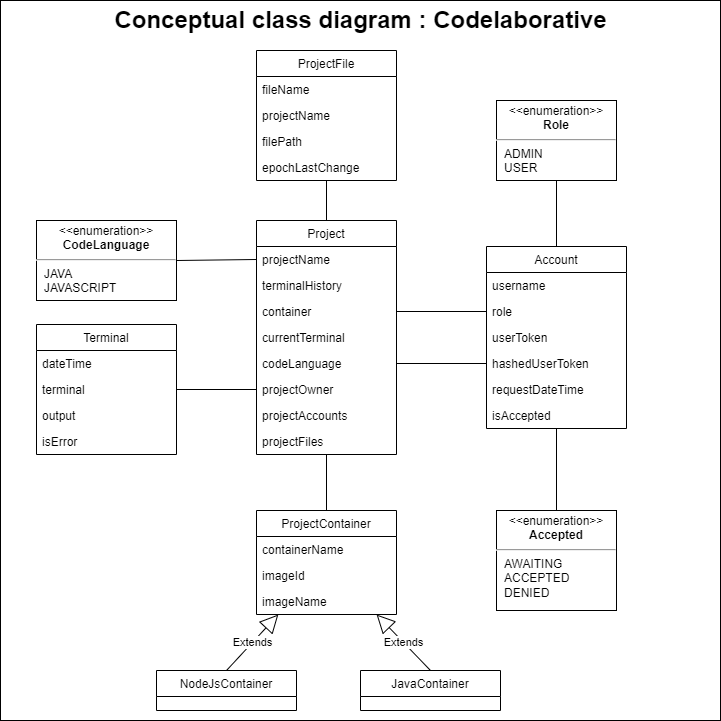
This is doc/model/Class_diagram/Conceptual class diagram _ Codelaborative.drawio.png from webbasedcode/documentation, a draw.io export, as it was before one commit. Source tidied: cells renumbered, new cells last; positions are measured from the earlier drawing's top-left corner, leaving out a move shared by most shapes.
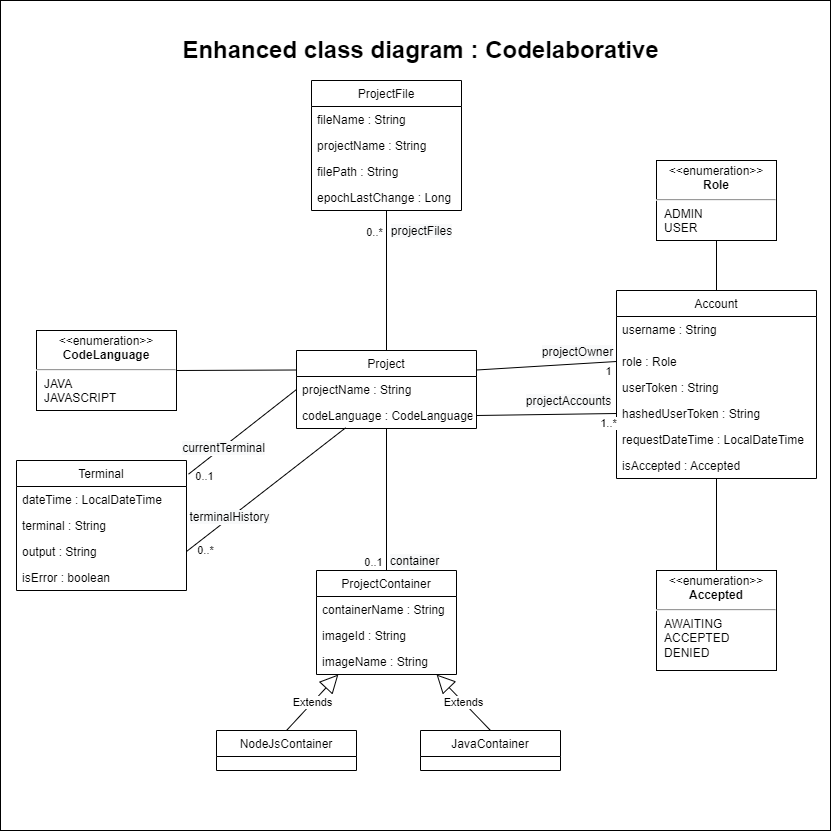
After the commit.

Change to the diagram source:
```diff
@@ -3,74 +3,76 @@
     <mxCell id="0" />
     <mxCell id="1" parent="0" />
     <mxCell id="2" style="whiteSpace=wrap;html=1;" parent="1" vertex="1">
-      <mxGeometry width="720" height="720" as="geometry" />
+      <mxGeometry x="-60" y="-60" width="830" height="830" as="geometry" />
     </mxCell>
     <mxCell id="3" value="Project" style="swimlane;fontStyle=0;horizontal=1;startSize=26;fillColor=none;" parent="1" vertex="1">
-      <mxGeometry x="256" y="220" width="140" height="234" as="geometry" />
+      <mxGeometry x="236" y="290" width="180" height="78" as="geometry" />
     </mxCell>
-    <mxCell id="4" value="projectName" style="text;strokeColor=none;fillColor=none;align=left;verticalAlign=top;spacingLeft=4;spacingRight=4;overflow=hidden;points=[[0,0.5],[1,0.5]];portConstraint=eastwest;" parent="3" vertex="1">
-      <mxGeometry y="26" width="140" height="26" as="geometry" />
+    <mxCell id="4" value="projectName : String" style="text;strokeColor=none;fillColor=none;align=left;verticalAlign=top;spacingLeft=4;spacingRight=4;overflow=hidden;points=[[0,0.5],[1,0.5]];portConstraint=eastwest;" parent="3" vertex="1">
+      <mxGeometry y="26" width="180" height="26" as="geometry" />
     </mxCell>
-    <mxCell id="5" value="terminalHistory" style="text;strokeColor=none;fillColor=none;align=left;verticalAlign=top;spacingLeft=4;spacingRight=4;overflow=hidden;" parent="3" vertex="1">
-      <mxGeometry y="52" width="140" height="26" as="geometry" />
-    </mxCell>
-    <mxCell id="6" value="container" style="text;strokeColor=none;fillColor=none;align=left;verticalAlign=top;spacingLeft=4;spacingRight=4;overflow=hidden;points=[[0,0.5],[1,0.5]];portConstraint=eastwest;" parent="3" vertex="1">
-      <mxGeometry y="78" width="140" height="26" as="geometry" />
-    </mxCell>
-    <mxCell id="7" value="currentTerminal" style="text;strokeColor=none;fillColor=none;align=left;verticalAlign=top;spacingLeft=4;spacingRight=4;overflow=hidden;" parent="3" vertex="1">
-      <mxGeometry y="104" width="140" height="26" as="geometry" />
-    </mxCell>
-    <mxCell id="8" value="codeLanguage" style="text;strokeColor=none;fillColor=none;align=left;verticalAlign=top;spacingLeft=4;spacingRight=4;overflow=hidden;points=[[0,0.5],[1,0.5]];portConstraint=eastwest;" parent="3" vertex="1">
-      <mxGeometry y="130" width="140" height="26" as="geometry" />
+    <mxCell id="8" value="codeLanguage : CodeLanguage" style="text;strokeColor=none;fillColor=none;align=left;verticalAlign=top;spacingLeft=4;spacingRight=4;overflow=hidden;points=[[0,0.5],[1,0.5]];portConstraint=eastwest;" parent="3" vertex="1">
+      <mxGeometry y="52" width="180" height="26" as="geometry" />
     </mxCell>
-    <mxCell id="9" value="projectOwner" style="text;strokeColor=none;fillColor=none;align=left;verticalAlign=top;spacingLeft=4;spacingRight=4;overflow=hidden;points=[[0,0.5],[1,0.5]];portConstraint=eastwest;" parent="3" vertex="1">
-      <mxGeometry y="156" width="140" height="26" as="geometry" />
-    </mxCell>
-    <mxCell id="10" value="projectAccounts" style="text;strokeColor=none;fillColor=none;align=left;verticalAlign=top;spacingLeft=4;spacingRight=4;overflow=hidden;" parent="3" vertex="1">
-      <mxGeometry y="182" width="140" height="26" as="geometry" />
-    </mxCell>
-    <mxCell id="11" value="projectFiles" style="text;strokeColor=none;fillColor=none;align=left;verticalAlign=top;spacingLeft=4;spacingRight=4;overflow=hidden;" parent="3" vertex="1">
-      <mxGeometry y="208" width="140" height="26" as="geometry" />
-    </mxCell>
     <mxCell id="12" value="&lt;p style=&quot;margin:0px;margin-top:4px;text-align:center;&quot;&gt;&amp;lt;&amp;lt;enumeration&amp;gt;&amp;gt;&lt;br&gt;&lt;b&gt;CodeLanguage&lt;/b&gt;&lt;/p&gt;&lt;hr&gt;&lt;p style=&quot;margin:0px;margin-left:8px;text-align:left;&quot;&gt;JAVA&lt;br&gt;JAVASCRIPT&lt;br&gt;&lt;br&gt;&lt;/p&gt;" style="shape=rect;html=1;overflow=fill;whiteSpace=wrap;" parent="1" vertex="1">
-      <mxGeometry x="36" y="220" width="140" height="80" as="geometry" />
+      <mxGeometry x="-24" y="270" width="140" height="80" as="geometry" />
     </mxCell>
     <mxCell id="13" value="Terminal" style="swimlane;fontStyle=0;horizontal=1;startSize=26;fillColor=none;" parent="1" vertex="1">
-      <mxGeometry x="36" y="324" width="140" height="130" as="geometry" />
+      <mxGeometry x="-44" y="400" width="170" height="130" as="geometry" />
     </mxCell>
-    <mxCell id="14" value="dateTime" style="text;strokeColor=none;fillColor=none;align=left;verticalAlign=top;spacingLeft=4;spacingRight=4;overflow=hidden;" parent="13" vertex="1">
-      <mxGeometry y="26" width="140" height="26" as="geometry" />
+    <mxCell id="14" value="dateTime : LocalDateTime&#10;" style="text;strokeColor=none;fillColor=none;align=left;verticalAlign=top;spacingLeft=4;spacingRight=4;overflow=hidden;" parent="13" vertex="1">
+      <mxGeometry y="26" width="170" height="26" as="geometry" />
     </mxCell>
-    <mxCell id="15" value="terminal" style="text;strokeColor=none;fillColor=none;align=left;verticalAlign=top;spacingLeft=4;spacingRight=4;overflow=hidden;points=[[0,0.5],[1,0.5]];portConstraint=eastwest;" parent="13" vertex="1">
-      <mxGeometry y="52" width="140" height="26" as="geometry" />
+    <mxCell id="15" value="terminal : String" style="text;strokeColor=none;fillColor=none;align=left;verticalAlign=top;spacingLeft=4;spacingRight=4;overflow=hidden;points=[[0,0.5],[1,0.5]];portConstraint=eastwest;" parent="13" vertex="1">
+      <mxGeometry y="52" width="170" height="26" as="geometry" />
     </mxCell>
-    <mxCell id="16" value="output" style="text;strokeColor=none;fillColor=none;align=left;verticalAlign=top;spacingLeft=4;spacingRight=4;overflow=hidden;points=[[0,0.5],[1,0.5]];portConstraint=eastwest;" parent="13" vertex="1">
-      <mxGeometry y="78" width="140" height="26" as="geometry" />
+    <mxCell id="16" value="output : String" style="text;strokeColor=none;fillColor=none;align=left;verticalAlign=top;spacingLeft=4;spacingRight=4;overflow=hidden;points=[[0,0.5],[1,0.5]];portConstraint=eastwest;" parent="13" vertex="1">
+      <mxGeometry y="78" width="170" height="26" as="geometry" />
     </mxCell>
-    <mxCell id="17" value="isError" style="text;strokeColor=none;fillColor=none;align=left;verticalAlign=top;spacingLeft=4;spacingRight=4;overflow=hidden;" parent="13" vertex="1">
-      <mxGeometry y="104" width="140" height="26" as="geometry" />
+    <mxCell id="17" value="isError : boolean&#10;" style="text;strokeColor=none;fillColor=none;align=left;verticalAlign=top;spacingLeft=4;spacingRight=4;overflow=hidden;" parent="13" vertex="1">
+      <mxGeometry y="104" width="170" height="26" as="geometry" />
     </mxCell>
-    <mxCell id="18" style="endArrow=none;html=1;rounded=0;entryX=1;entryY=0.5;entryDx=0;entryDy=0;exitX=0;exitY=0.5;exitDx=0;exitDy=0;" parent="1" edge="1" source="4" target="12">
+    <mxCell id="18" style="endArrow=none;html=1;rounded=0;entryX=1;entryY=0.5;entryDx=0;entryDy=0;exitX=0;exitY=0.25;exitDx=0;exitDy=0;" parent="1" edge="1" source="3" target="12">
       <mxGeometry relative="1" as="geometry" />
     </mxCell>
-    <mxCell id="19" style="endArrow=none;html=1;rounded=0;entryX=0;entryY=0.5;entryDx=0;entryDy=0;exitX=1;exitY=0.5;exitDx=0;exitDy=0;" parent="1" edge="1" source="15" target="9">
+    <mxCell id="19" style="endArrow=none;html=1;rounded=0;entryX=0.273;entryY=0.973;entryDx=0;entryDy=0;exitX=1;exitY=0.5;exitDx=0;exitDy=0;fontStyle=1;entryPerimeter=0;" parent="1" edge="1" source="16" target="8">
       <mxGeometry relative="1" as="geometry" />
     </mxCell>
+    <mxCell id="5" value="&lt;span style=&quot;font-size: 12px; text-align: left; background-color: rgb(248, 249, 250);&quot;&gt;terminalHistory&lt;/span&gt;" style="edgeLabel;html=1;align=center;verticalAlign=middle;" parent="19" vertex="1">
+      <mxGeometry x="-0.7" y="4" relative="1" as="geometry">
+        <mxPoint x="20" y="-12" as="offset" />
+      </mxGeometry>
+    </mxCell>
+    <mxCell id="49" value="0..*" style="edgeLabel;html=1;align=center;verticalAlign=middle;" parent="19" vertex="1">
+      <mxGeometry x="-0.75" y="2" relative="1" as="geometry">
+        <mxPoint y="15" as="offset" />
+      </mxGeometry>
+    </mxCell>
     <mxCell id="20" value="ProjectContainer" style="swimlane;fontStyle=0;horizontal=1;startSize=26;fillColor=none;" parent="1" vertex="1">
       <mxGeometry x="256" y="510" width="140" height="104" as="geometry" />
     </mxCell>
-    <mxCell id="21" value="containerName" style="text;strokeColor=none;fillColor=none;align=left;verticalAlign=top;spacingLeft=4;spacingRight=4;overflow=hidden;" parent="20" vertex="1">
+    <mxCell id="21" value="containerName : String" style="text;strokeColor=none;fillColor=none;align=left;verticalAlign=top;spacingLeft=4;spacingRight=4;overflow=hidden;" parent="20" vertex="1">
       <mxGeometry y="26" width="140" height="26" as="geometry" />
     </mxCell>
-    <mxCell id="22" value="imageId" style="text;strokeColor=none;fillColor=none;align=left;verticalAlign=top;spacingLeft=4;spacingRight=4;overflow=hidden;" parent="20" vertex="1">
+    <mxCell id="22" value="imageId : String" style="text;strokeColor=none;fillColor=none;align=left;verticalAlign=top;spacingLeft=4;spacingRight=4;overflow=hidden;" parent="20" vertex="1">
       <mxGeometry y="52" width="140" height="26" as="geometry" />
     </mxCell>
-    <mxCell id="23" value="imageName" style="text;strokeColor=none;fillColor=none;align=left;verticalAlign=top;spacingLeft=4;spacingRight=4;overflow=hidden;" parent="20" vertex="1">
+    <mxCell id="23" value="imageName : String" style="text;strokeColor=none;fillColor=none;align=left;verticalAlign=top;spacingLeft=4;spacingRight=4;overflow=hidden;" parent="20" vertex="1">
       <mxGeometry y="78" width="140" height="26" as="geometry" />
     </mxCell>
     <mxCell id="24" style="endArrow=none;html=1;rounded=0;entryX=0.5;entryY=0;entryDx=0;entryDy=0;" parent="1" edge="1" source="3" target="20">
       <mxGeometry relative="1" as="geometry" />
     </mxCell>
+    <mxCell id="6" value="&lt;span style=&quot;font-size: 12px; text-align: left; background-color: rgb(248, 249, 250);&quot;&gt;container&lt;/span&gt;" style="edgeLabel;html=1;align=center;verticalAlign=middle;points=[];" parent="24" vertex="1">
+      <mxGeometry x="0.71" y="-1" relative="1" as="geometry">
+        <mxPoint x="28" y="10" as="offset" />
+      </mxGeometry>
+    </mxCell>
+    <mxCell id="50" value="0..1" style="edgeLabel;html=1;align=center;verticalAlign=middle;" parent="24" vertex="1">
+      <mxGeometry x="0.53" y="5" relative="1" as="geometry">
+        <mxPoint x="-19" y="24" as="offset" />
+      </mxGeometry>
+    </mxCell>
     <mxCell id="25" value="Extends" style="endArrow=block;endSize=16;endFill=0;html=1;rounded=0;exitX=0.5;exitY=0;exitDx=0;exitDy=0;" parent="1" edge="1" source="26" target="20">
       <mxGeometry relative="1" as="geometry" />
     </mxCell>
@@ -84,64 +86,107 @@
       <mxGeometry relative="1" as="geometry" />
     </mxCell>
     <mxCell id="29" value="Account" style="swimlane;fontStyle=0;horizontal=1;startSize=26;fillColor=none;" parent="1" vertex="1">
-      <mxGeometry x="486" y="246" width="140" height="182" as="geometry" />
+      <mxGeometry x="556" y="230" width="200" height="188" as="geometry" />
     </mxCell>
-    <mxCell id="30" value="username" style="text;strokeColor=none;fillColor=none;align=left;verticalAlign=top;spacingLeft=4;spacingRight=4;overflow=hidden;" parent="29" vertex="1">
-      <mxGeometry y="26" width="140" height="26" as="geometry" />
+    <mxCell id="30" value="username : String" style="text;strokeColor=none;fillColor=none;align=left;verticalAlign=top;spacingLeft=4;spacingRight=4;overflow=hidden;" parent="29" vertex="1">
+      <mxGeometry y="26" width="200" height="32" as="geometry" />
     </mxCell>
-    <mxCell id="31" value="role" style="text;strokeColor=none;fillColor=none;align=left;verticalAlign=top;spacingLeft=4;spacingRight=4;overflow=hidden;points=[[0,0.5],[1,0.5]];portConstraint=eastwest;" parent="29" vertex="1">
-      <mxGeometry y="52" width="140" height="26" as="geometry" />
+    <mxCell id="31" value="role : Role&#10;&#10;" style="text;strokeColor=none;fillColor=none;align=left;verticalAlign=top;spacingLeft=4;spacingRight=4;overflow=hidden;points=[[0,0.5],[1,0.5]];portConstraint=eastwest;" parent="29" vertex="1">
+      <mxGeometry y="58" width="200" height="26" as="geometry" />
     </mxCell>
-    <mxCell id="32" value="userToken" style="text;strokeColor=none;fillColor=none;align=left;verticalAlign=top;spacingLeft=4;spacingRight=4;overflow=hidden;" parent="29" vertex="1">
-      <mxGeometry y="78" width="140" height="26" as="geometry" />
+    <mxCell id="32" value="userToken : String&#10;" style="text;strokeColor=none;fillColor=none;align=left;verticalAlign=top;spacingLeft=4;spacingRight=4;overflow=hidden;" parent="29" vertex="1">
+      <mxGeometry y="84" width="200" height="26" as="geometry" />
     </mxCell>
-    <mxCell id="33" value="hashedUserToken" style="text;strokeColor=none;fillColor=none;align=left;verticalAlign=top;spacingLeft=4;spacingRight=4;overflow=hidden;points=[[0,0.5],[1,0.5]];portConstraint=eastwest;" parent="29" vertex="1">
-      <mxGeometry y="104" width="140" height="26" as="geometry" />
+    <mxCell id="33" value="hashedUserToken : String" style="text;strokeColor=none;fillColor=none;align=left;verticalAlign=top;spacingLeft=4;spacingRight=4;overflow=hidden;points=[[0,0.5],[1,0.5]];portConstraint=eastwest;" parent="29" vertex="1">
+      <mxGeometry y="110" width="200" height="26" as="geometry" />
     </mxCell>
-    <mxCell id="34" value="requestDateTime" style="text;strokeColor=none;fillColor=none;align=left;verticalAlign=top;spacingLeft=4;spacingRight=4;overflow=hidden;" parent="29" vertex="1">
-      <mxGeometry y="130" width="140" height="26" as="geometry" />
+    <mxCell id="34" value="requestDateTime : LocalDateTime &#10;" style="text;strokeColor=none;fillColor=none;align=left;verticalAlign=top;spacingLeft=4;spacingRight=4;overflow=hidden;" parent="29" vertex="1">
+      <mxGeometry y="136" width="200" height="26" as="geometry" />
     </mxCell>
-    <mxCell id="35" value="isAccepted" style="text;strokeColor=none;fillColor=none;align=left;verticalAlign=top;spacingLeft=4;spacingRight=4;overflow=hidden;" parent="29" vertex="1">
-      <mxGeometry y="156" width="140" height="26" as="geometry" />
+    <mxCell id="35" value="isAccepted : Accepted&#10;" style="text;strokeColor=none;fillColor=none;align=left;verticalAlign=top;spacingLeft=4;spacingRight=4;overflow=hidden;" parent="29" vertex="1">
+      <mxGeometry y="162" width="200" height="26" as="geometry" />
     </mxCell>
     <mxCell id="36" value="&lt;p style=&quot;margin:0px;margin-top:4px;text-align:center;&quot;&gt;&amp;lt;&amp;lt;enumeration&amp;gt;&amp;gt;&lt;br&gt;&lt;b&gt;Role&lt;/b&gt;&lt;/p&gt;&lt;hr&gt;&lt;p style=&quot;margin:0px;margin-left:8px;text-align:left;&quot;&gt;ADMIN&lt;br&gt;USER&lt;/p&gt;" style="shape=rect;html=1;overflow=fill;whiteSpace=wrap;" parent="1" vertex="1">
-      <mxGeometry x="496" y="100" width="120" height="80" as="geometry" />
+      <mxGeometry x="596" y="100" width="120" height="80" as="geometry" />
     </mxCell>
     <mxCell id="37" style="endArrow=none;html=1;rounded=0;exitX=1;exitY=0.5;exitDx=0;exitDy=0;entryX=0;entryY=0.5;entryDx=0;entryDy=0;" parent="1" edge="1" source="8" target="33">
       <mxGeometry relative="1" as="geometry" />
     </mxCell>
+    <mxCell id="10" value="&lt;span style=&quot;font-size: 12px; text-align: left; background-color: rgb(248, 249, 250);&quot;&gt;projectAccounts&lt;/span&gt;" style="edgeLabel;html=1;align=center;verticalAlign=middle;" parent="37" vertex="1">
+      <mxGeometry x="0.82" y="-1" relative="1" as="geometry">
+        <mxPoint x="-36" y="-14" as="offset" />
+      </mxGeometry>
+    </mxCell>
+    <mxCell id="51" value="1..*" style="edgeLabel;html=1;align=center;verticalAlign=middle;" parent="37" vertex="1">
+      <mxGeometry x="0.73" y="-4" relative="1" as="geometry">
+        <mxPoint x="10" y="5" as="offset" />
+      </mxGeometry>
+    </mxCell>
     <mxCell id="38" style="endArrow=none;html=1;rounded=0;exitX=0.5;exitY=0;exitDx=0;exitDy=0;" parent="1" edge="1" source="29" target="36">
       <mxGeometry relative="1" as="geometry" />
     </mxCell>
     <mxCell id="39" value="&lt;p style=&quot;margin:0px;margin-top:4px;text-align:center;&quot;&gt;&amp;lt;&amp;lt;enumeration&amp;gt;&amp;gt;&lt;br&gt;&lt;b&gt;Accepted&lt;/b&gt;&lt;/p&gt;&lt;hr&gt;&lt;p style=&quot;margin:0px;margin-left:8px;text-align:left;&quot;&gt;AWAITING&lt;br&gt;ACCEPTED&lt;br&gt;&lt;/p&gt;&lt;p style=&quot;margin:0px;margin-left:8px;text-align:left;&quot;&gt;DENIED&lt;/p&gt;" style="shape=rect;html=1;overflow=fill;whiteSpace=wrap;" parent="1" vertex="1">
-      <mxGeometry x="496" y="510" width="120" height="100" as="geometry" />
+      <mxGeometry x="596" y="510" width="120" height="100" as="geometry" />
     </mxCell>
     <mxCell id="40" style="endArrow=none;html=1;rounded=0;" parent="1" edge="1" source="39" target="29">
       <mxGeometry relative="1" as="geometry" />
     </mxCell>
-    <mxCell id="41" style="endArrow=none;html=1;rounded=0;entryX=0;entryY=0.5;entryDx=0;entryDy=0;exitX=1;exitY=0.5;exitDx=0;exitDy=0;" parent="1" edge="1" source="6" target="31">
+    <mxCell id="41" style="endArrow=none;html=1;rounded=0;entryX=0;entryY=0.5;entryDx=0;entryDy=0;exitX=1;exitY=0.25;exitDx=0;exitDy=0;" parent="1" edge="1" source="3" target="31">
       <mxGeometry relative="1" as="geometry" />
     </mxCell>
+    <mxCell id="9" value="&lt;span style=&quot;font-size: 12px; text-align: left; background-color: rgb(248, 249, 250);&quot;&gt;projectOwner&lt;/span&gt;" style="edgeLabel;html=1;align=center;verticalAlign=middle;points=[];" parent="41" vertex="1">
+      <mxGeometry x="0.6" y="-2" relative="1" as="geometry">
+        <mxPoint x="-11" y="-13" as="offset" />
+      </mxGeometry>
+    </mxCell>
+    <mxCell id="52" value="1" style="edgeLabel;html=1;align=center;verticalAlign=middle;" parent="41" vertex="1">
+      <mxGeometry x="0.79" y="-2" relative="1" as="geometry">
+        <mxPoint x="6" y="7" as="offset" />
+      </mxGeometry>
+    </mxCell>
     <mxCell id="42" value="ProjectFile" style="swimlane;fontStyle=0;horizontal=1;startSize=26;fillColor=none;" parent="1" vertex="1">
-      <mxGeometry x="256" y="50" width="140" height="130" as="geometry" />
+      <mxGeometry x="251" y="20" width="150" height="130" as="geometry" />
     </mxCell>
-    <mxCell id="43" value="fileName" style="text;strokeColor=none;fillColor=none;align=left;verticalAlign=top;spacingLeft=4;spacingRight=4;overflow=hidden;" parent="42" vertex="1">
-      <mxGeometry y="26" width="140" height="26" as="geometry" />
+    <mxCell id="43" value="fileName : String" style="text;strokeColor=none;fillColor=none;align=left;verticalAlign=top;spacingLeft=4;spacingRight=4;overflow=hidden;" parent="42" vertex="1">
+      <mxGeometry y="26" width="150" height="26" as="geometry" />
     </mxCell>
-    <mxCell id="44" value="projectName" style="text;strokeColor=none;fillColor=none;align=left;verticalAlign=top;spacingLeft=4;spacingRight=4;overflow=hidden;" parent="42" vertex="1">
-      <mxGeometry y="52" width="140" height="26" as="geometry" />
+    <mxCell id="44" value="projectName : String" style="text;strokeColor=none;fillColor=none;align=left;verticalAlign=top;spacingLeft=4;spacingRight=4;overflow=hidden;" parent="42" vertex="1">
+      <mxGeometry y="52" width="150" height="26" as="geometry" />
     </mxCell>
-    <mxCell id="45" value="filePath" style="text;strokeColor=none;fillColor=none;align=left;verticalAlign=top;spacingLeft=4;spacingRight=4;overflow=hidden;" parent="42" vertex="1">
-      <mxGeometry y="78" width="140" height="26" as="geometry" />
+    <mxCell id="45" value="filePath : String" style="text;strokeColor=none;fillColor=none;align=left;verticalAlign=top;spacingLeft=4;spacingRight=4;overflow=hidden;" parent="42" vertex="1">
+      <mxGeometry y="78" width="150" height="26" as="geometry" />
     </mxCell>
-    <mxCell id="46" value="epochLastChange" style="text;strokeColor=none;fillColor=none;align=left;verticalAlign=top;spacingLeft=4;spacingRight=4;overflow=hidden;" parent="42" vertex="1">
-      <mxGeometry y="104" width="140" height="26" as="geometry" />
+    <mxCell id="46" value="epochLastChange : Long&#10;" style="text;strokeColor=none;fillColor=none;align=left;verticalAlign=top;spacingLeft=4;spacingRight=4;overflow=hidden;" parent="42" vertex="1">
+      <mxGeometry y="104" width="150" height="26" as="geometry" />
     </mxCell>
     <mxCell id="47" style="endArrow=none;html=1;rounded=0;entryX=0.5;entryY=0;entryDx=0;entryDy=0;" parent="1" edge="1" source="42" target="3">
       <mxGeometry relative="1" as="geometry" />
     </mxCell>
+    <mxCell id="11" value="&lt;span style=&quot;font-size: 12px; text-align: left; background-color: rgb(248, 249, 250);&quot;&gt;projectFiles&lt;/span&gt;" style="edgeLabel;html=1;align=center;verticalAlign=middle;" parent="47" vertex="1">
+      <mxGeometry x="-0.64" y="3" relative="1" as="geometry">
+        <mxPoint x="31" y="-5" as="offset" />
+      </mxGeometry>
+    </mxCell>
+    <mxCell id="53" value="0..*" style="edgeLabel;html=1;align=center;verticalAlign=middle;" parent="47" vertex="1">
+      <mxGeometry x="-0.59" y="-2" relative="1" as="geometry">
+        <mxPoint x="-11" y="-8" as="offset" />
+      </mxGeometry>
+    </mxCell>
-    <mxCell id="48" value="Conceptual class diagram : Codelaborative" style="text;strokeColor=none;fillColor=none;html=1;fontSize=24;fontStyle=1;verticalAlign=middle;align=center;" parent="1" vertex="1">
-      <mxGeometry x="310" width="100" height="40" as="geometry" />
+    <mxCell id="48" value="Enhanced class diagram : Codelaborative" style="text;strokeColor=none;fillColor=none;html=1;fontSize=24;fontStyle=1;verticalAlign=middle;align=center;" parent="1" vertex="1">
+      <mxGeometry x="310" y="-30" width="100" height="40" as="geometry" />
     </mxCell>
+    <mxCell id="54" style="endArrow=none;html=1;rounded=0;entryX=0;entryY=0.5;entryDx=0;entryDy=0;fontStyle=1;exitX=1.012;exitY=0.105;exitDx=0;exitDy=0;exitPerimeter=0;" parent="1" edge="1" source="13" target="4">
+      <mxGeometry relative="1" as="geometry" />
+    </mxCell>
+    <mxCell id="7" value="&lt;span style=&quot;font-size: 12px; text-align: left; background-color: rgb(248, 249, 250);&quot;&gt;currentTerminal&lt;/span&gt;" style="edgeLabel;html=1;align=center;verticalAlign=middle;" parent="54" vertex="1">
+      <mxGeometry x="-0.7" y="4" relative="1" as="geometry">
+        <mxPoint x="20" y="-10" as="offset" />
+      </mxGeometry>
+    </mxCell>
+    <mxCell id="55" value="0..1" style="edgeLabel;html=1;align=center;verticalAlign=middle;" parent="54" vertex="1">
+      <mxGeometry x="-0.75" y="2" relative="1" as="geometry">
+        <mxPoint x="3" y="14" as="offset" />
+      </mxGeometry>
+    </mxCell>
   </root>
 </mxGraphModel>
```
